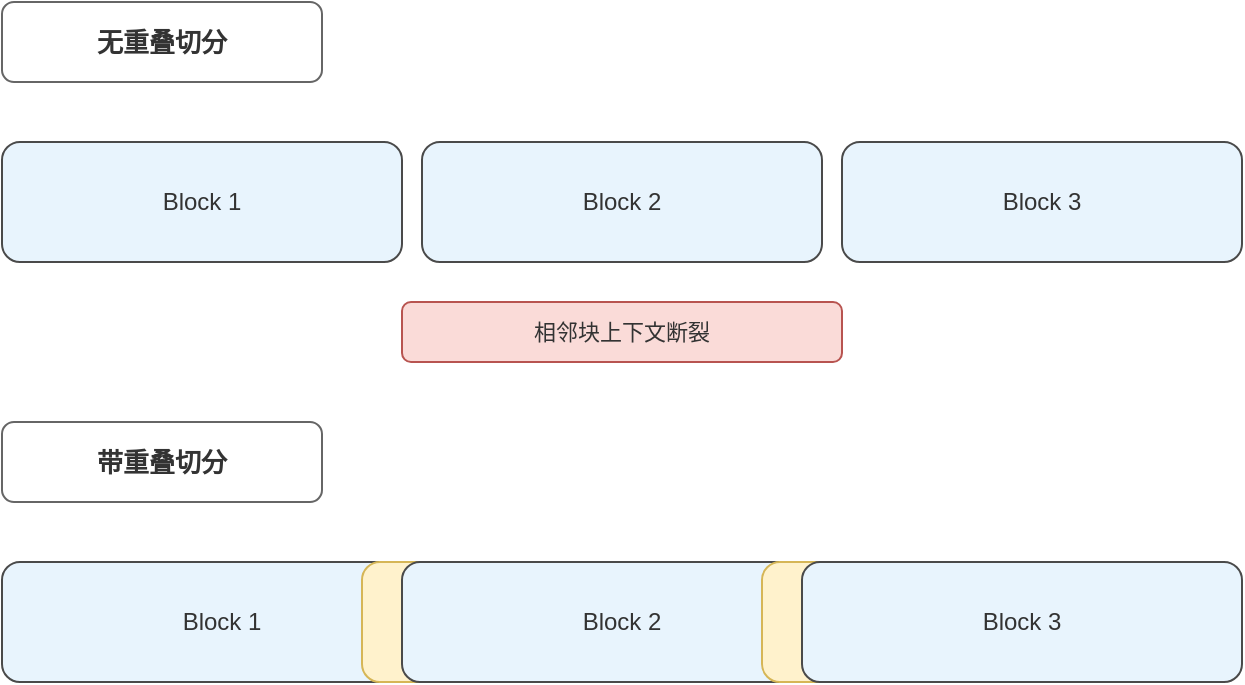
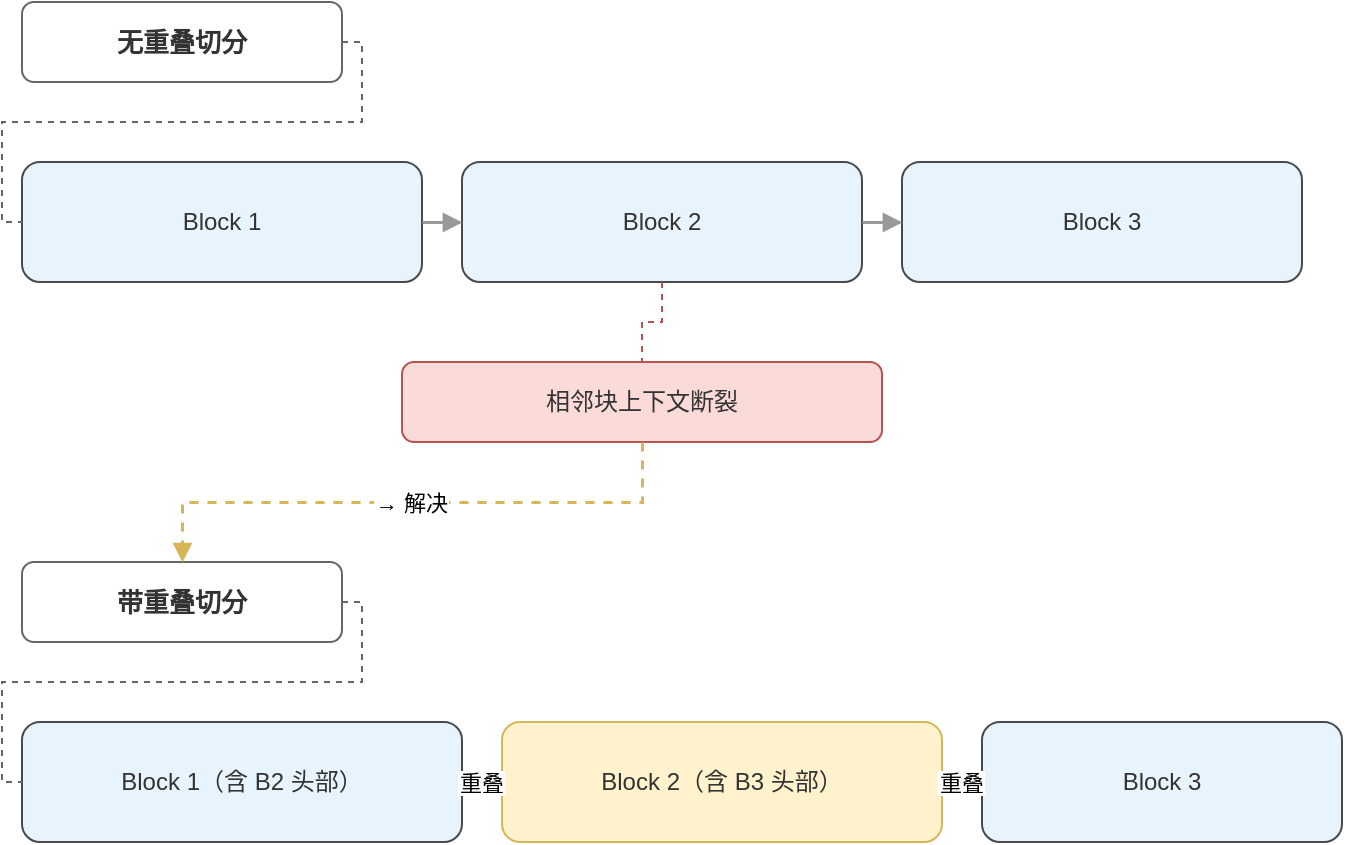
<?xml version="1.0" encoding="UTF-8"?>
- <mxGraphModel pageWidth="700" pageHeight="420" grid="1" gridSize="10">
+ <mxGraphModel pageWidth="760" pageHeight="510" grid="1" gridSize="10">
  <root>
    <mxCell id="0"/>
    <mxCell id="1" parent="0"/>
    <mxCell id="t1" value="无重叠切分" style="rounded=1;whiteSpace=wrap;fillColor=#FFFFFF;strokeColor=#666666;fontColor=#333333;fontSize=13;fontStyle=1;" vertex="1" parent="1">
      <mxGeometry x="40" y="30" width="160" height="40" as="geometry"/>
    </mxCell>
    <mxCell id="a1" value="Block 1" style="rounded=1;whiteSpace=wrap;fillColor=#E8F4FD;strokeColor=#4A4A4A;fontColor=#333333;fontSize=12;" vertex="1" parent="1">
-       <mxGeometry x="40" y="100" width="200" height="60" as="geometry"/>
+       <mxGeometry x="40" y="110" width="200" height="60" as="geometry"/>
    </mxCell>
    <mxCell id="a2" value="Block 2" style="rounded=1;whiteSpace=wrap;fillColor=#E8F4FD;strokeColor=#4A4A4A;fontColor=#333333;fontSize=12;" vertex="1" parent="1">
-       <mxGeometry x="250" y="100" width="200" height="60" as="geometry"/>
+       <mxGeometry x="260" y="110" width="200" height="60" as="geometry"/>
    </mxCell>
    <mxCell id="a3" value="Block 3" style="rounded=1;whiteSpace=wrap;fillColor=#E8F4FD;strokeColor=#4A4A4A;fontColor=#333333;fontSize=12;" vertex="1" parent="1">
-       <mxGeometry x="460" y="100" width="200" height="60" as="geometry"/>
+       <mxGeometry x="480" y="110" width="200" height="60" as="geometry"/>
    </mxCell>
-     <mxCell id="note1" value="相邻块上下文断裂" style="rounded=1;whiteSpace=wrap;fillColor=#FADBD8;strokeColor=#b85450;fontColor=#333333;fontSize=11;" vertex="1" parent="1">
-       <mxGeometry x="240" y="180" width="220" height="30" as="geometry"/>
+     <mxCell id="note1" value="相邻块上下文断裂" style="rounded=1;whiteSpace=wrap;fillColor=#FADBD8;strokeColor=#b85450;fontColor=#333333;fontSize=12;" vertex="1" parent="1">
+       <mxGeometry x="230" y="210" width="240" height="40" as="geometry"/>
    </mxCell>
    <mxCell id="t2" value="带重叠切分" style="rounded=1;whiteSpace=wrap;fillColor=#FFFFFF;strokeColor=#666666;fontColor=#333333;fontSize=13;fontStyle=1;" vertex="1" parent="1">
-       <mxGeometry x="40" y="240" width="160" height="40" as="geometry"/>
+       <mxGeometry x="40" y="310" width="160" height="40" as="geometry"/>
    </mxCell>
-     <mxCell id="b1" value="Block 1" style="rounded=1;whiteSpace=wrap;fillColor=#E8F4FD;strokeColor=#4A4A4A;fontColor=#333333;fontSize=12;" vertex="1" parent="1">
-       <mxGeometry x="40" y="310" width="220" height="60" as="geometry"/>
+     <mxCell id="b1" value="Block 1（含 B2 头部）" style="rounded=1;whiteSpace=wrap;fillColor=#E8F4FD;strokeColor=#4A4A4A;fontColor=#333333;fontSize=12;" vertex="1" parent="1">
+       <mxGeometry x="40" y="390" width="220" height="60" as="geometry"/>
    </mxCell>
-     <mxCell id="ov1" value="重叠" style="rounded=1;whiteSpace=wrap;fillColor=#FFF2CC;strokeColor=#D6B656;fontColor=#333333;fontSize=11;" vertex="1" parent="1">
-       <mxGeometry x="220" y="310" width="60" height="60" as="geometry"/>
-     </mxCell>
-     <mxCell id="b2" value="Block 2" style="rounded=1;whiteSpace=wrap;fillColor=#E8F4FD;strokeColor=#4A4A4A;fontColor=#333333;fontSize=12;" vertex="1" parent="1">
-       <mxGeometry x="240" y="310" width="220" height="60" as="geometry"/>
-     </mxCell>
-     <mxCell id="ov2" value="重叠" style="rounded=1;whiteSpace=wrap;fillColor=#FFF2CC;strokeColor=#D6B656;fontColor=#333333;fontSize=11;" vertex="1" parent="1">
-       <mxGeometry x="420" y="310" width="60" height="60" as="geometry"/>
+     <mxCell id="b2" value="Block 2（含 B3 头部）" style="rounded=1;whiteSpace=wrap;fillColor=#FFF2CC;strokeColor=#D6B656;fontColor=#333333;fontSize=12;" vertex="1" parent="1">
+       <mxGeometry x="280" y="390" width="220" height="60" as="geometry"/>
    </mxCell>
    <mxCell id="b3" value="Block 3" style="rounded=1;whiteSpace=wrap;fillColor=#E8F4FD;strokeColor=#4A4A4A;fontColor=#333333;fontSize=12;" vertex="1" parent="1">
-       <mxGeometry x="440" y="310" width="220" height="60" as="geometry"/>
+       <mxGeometry x="520" y="390" width="180" height="60" as="geometry"/>
+     </mxCell>
+     <mxCell id="e1" value="" style="edgeStyle=orthogonalEdgeStyle;rounded=0;endArrow=none;strokeWidth=1;strokeColor=#666666;dashed=1;exitX=1;exitY=0.5;entryX=0;entryY=0.5;" edge="1" parent="1" source="t1" target="a1">
+       <mxGeometry relative="1" as="geometry"/>
+     </mxCell>
+     <mxCell id="e2" value="" style="edgeStyle=orthogonalEdgeStyle;rounded=0;endArrow=block;endFill=1;strokeWidth=1.5;strokeColor=#999999;exitX=1;exitY=0.5;entryX=0;entryY=0.5;" edge="1" parent="1" source="a1" target="a2">
+       <mxGeometry relative="1" as="geometry"/>
+     </mxCell>
+     <mxCell id="e3" value="" style="edgeStyle=orthogonalEdgeStyle;rounded=0;endArrow=block;endFill=1;strokeWidth=1.5;strokeColor=#999999;exitX=1;exitY=0.5;entryX=0;entryY=0.5;" edge="1" parent="1" source="a2" target="a3">
+       <mxGeometry relative="1" as="geometry"/>
+     </mxCell>
+     <mxCell id="e4" value="" style="edgeStyle=orthogonalEdgeStyle;rounded=0;endArrow=none;strokeWidth=1;strokeColor=#b85450;dashed=1;exitX=0.5;exitY=1;entryX=0.5;entryY=0;" edge="1" parent="1" source="a2" target="note1">
+       <mxGeometry relative="1" as="geometry"/>
+     </mxCell>
+     <mxCell id="e_compare" value="→ 解决" style="edgeStyle=orthogonalEdgeStyle;rounded=0;endArrow=block;endFill=1;strokeWidth=1.5;strokeColor=#D6B656;dashed=1;fontSize=11;exitX=0.5;exitY=1;entryX=0.5;entryY=0;" edge="1" parent="1" source="note1" target="t2">
+       <mxGeometry relative="1" as="geometry"/>
+     </mxCell>
+     <mxCell id="e5" value="" style="edgeStyle=orthogonalEdgeStyle;rounded=0;endArrow=none;strokeWidth=1;strokeColor=#666666;dashed=1;exitX=1;exitY=0.5;entryX=0;entryY=0.5;" edge="1" parent="1" source="t2" target="b1">
+       <mxGeometry relative="1" as="geometry"/>
+     </mxCell>
+     <mxCell id="e6" value="重叠" style="edgeStyle=orthogonalEdgeStyle;rounded=0;endArrow=block;endFill=1;strokeWidth=1.5;strokeColor=#D6B656;fontSize=11;exitX=1;exitY=0.5;entryX=0;entryY=0.5;" edge="1" parent="1" source="b1" target="b2">
+       <mxGeometry relative="1" as="geometry"/>
+     </mxCell>
+     <mxCell id="e7" value="重叠" style="edgeStyle=orthogonalEdgeStyle;rounded=0;endArrow=block;endFill=1;strokeWidth=1.5;strokeColor=#D6B656;fontSize=11;exitX=1;exitY=0.5;entryX=0;entryY=0.5;" edge="1" parent="1" source="b2" target="b3">
+       <mxGeometry relative="1" as="geometry"/>
    </mxCell>
  </root>
</mxGraphModel>
